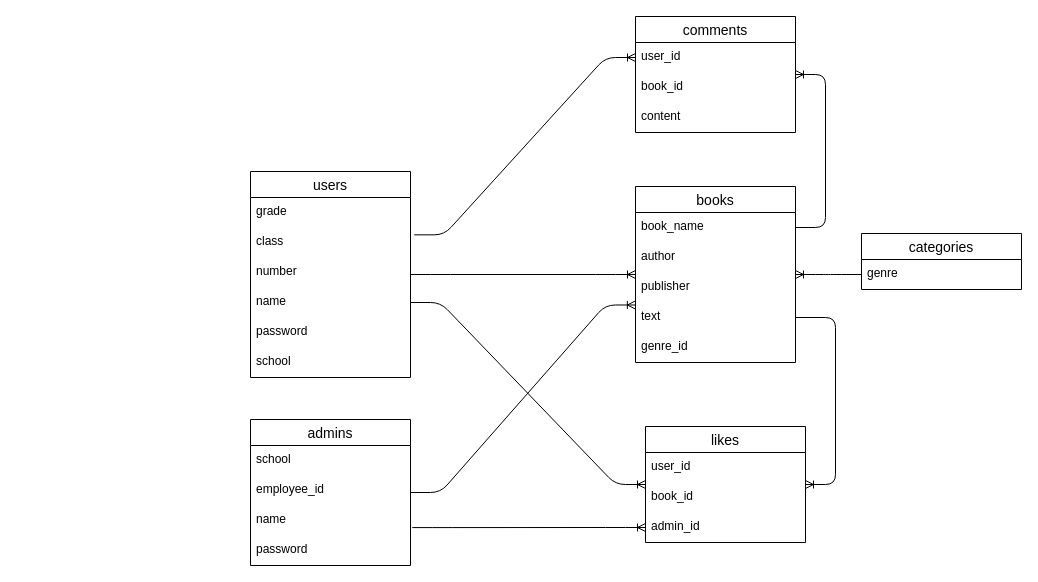
Above: ER.dio in kyamax/library_go (draw.io), before the change. Source tidied: cells renumbered, new cells numbered last; positions are measured from the earlier drawing's top-left corner, leaving out a move shared by most shapes. Both pictures are drawn from the tidied source at 100%, with x=0, y=0 at pixel (250, 16).
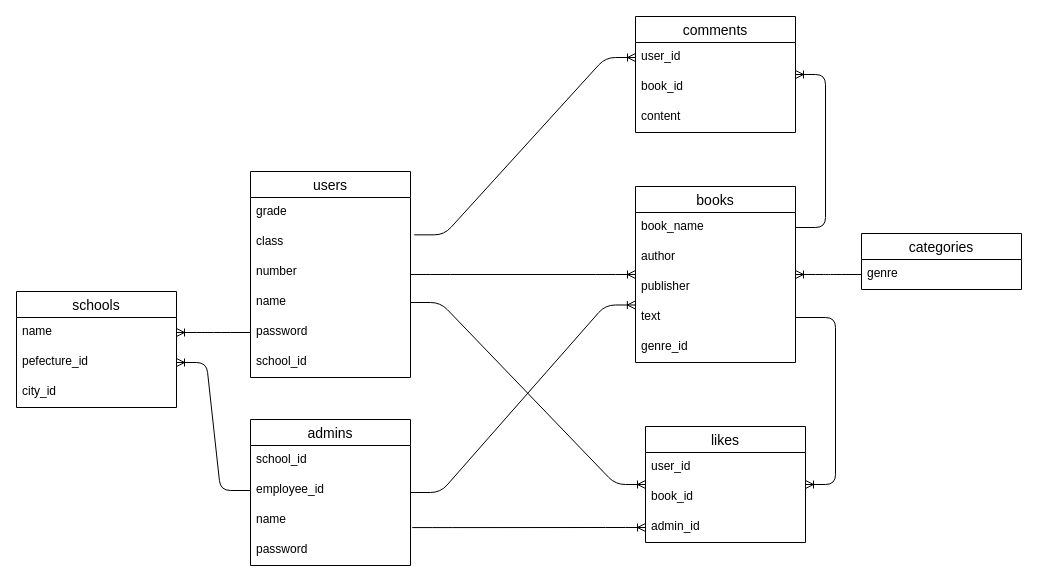
Above is the later version.

Unchanged cells that the change refers to:
```xml
<mxCell id="2" value="users" style="swimlane;fontStyle=0;horizontal=1;startSize=26;align=center;fontSize=14;" parent="1" vertex="1">
  <mxGeometry y="155" width="160" height="206" as="geometry" />
</mxCell>
<mxCell id="7" value="password" style="text;strokeColor=none;fillColor=none;spacingLeft=4;spacingRight=4;overflow=hidden;points=[[0,0.5],[1,0.5]];portConstraint=eastwest;fontSize=12;" parent="2" vertex="1">
  <mxGeometry y="146" width="160" height="30" as="geometry" />
</mxCell>
<mxCell id="25" value="admins" style="swimlane;fontStyle=0;horizontal=1;startSize=26;align=center;fontSize=14;" parent="1" vertex="1">
  <mxGeometry y="403" width="160" height="146" as="geometry" />
</mxCell>
<mxCell id="27" value="employee_id" style="text;strokeColor=none;fillColor=none;spacingLeft=4;spacingRight=4;overflow=hidden;points=[[0,0.5],[1,0.5]];portConstraint=eastwest;fontSize=12;" parent="25" vertex="1">
  <mxGeometry y="56" width="160" height="30" as="geometry" />
</mxCell>
```

Diff of the diagram source:
```diff
@@
-    <mxCell id="8" value="school" style="text;strokeColor=none;fillColor=none;spacingLeft=4;spacingRight=4;overflow=hidden;fontSize=12;" parent="2" vertex="1">
+    <mxCell id="8" value="school_id" style="text;strokeColor=none;fillColor=none;spacingLeft=4;spacingRight=4;overflow=hidden;fontSize=12;" parent="2" vertex="1">
       <mxGeometry y="176" width="160" height="30" as="geometry" />
     </mxCell>
@@
-    <mxCell id="26" value="school" style="text;strokeColor=none;fillColor=none;spacingLeft=4;spacingRight=4;overflow=hidden;fontSize=12;" parent="25" vertex="1">
+    <mxCell id="26" value="school_id" style="text;strokeColor=none;fillColor=none;spacingLeft=4;spacingRight=4;overflow=hidden;fontSize=12;" parent="25" vertex="1">
       <mxGeometry y="26" width="160" height="30" as="geometry" />
     </mxCell>
@@
+    <mxCell id="38" value="schools" style="swimlane;fontStyle=0;horizontal=1;startSize=26;align=center;fontSize=14;" parent="1" vertex="1">
+      <mxGeometry x="-234" y="275" width="160" height="116" as="geometry" />
+    </mxCell>
+    <mxCell id="39" value="name&#10;" style="text;strokeColor=none;fillColor=none;spacingLeft=4;spacingRight=4;overflow=hidden;points=[[0,0.5],[1,0.5]];portConstraint=eastwest;fontSize=12;" parent="38" vertex="1">
+      <mxGeometry y="26" width="160" height="30" as="geometry" />
+    </mxCell>
+    <mxCell id="40" value="pefecture_id" style="text;strokeColor=none;fillColor=none;spacingLeft=4;spacingRight=4;overflow=hidden;points=[[0,0.5],[1,0.5]];portConstraint=eastwest;fontSize=12;" parent="38" vertex="1">
+      <mxGeometry y="56" width="160" height="30" as="geometry" />
+    </mxCell>
+    <mxCell id="41" value="city_id" style="text;strokeColor=none;fillColor=none;spacingLeft=4;spacingRight=4;overflow=hidden;fontSize=12;" parent="38" vertex="1">
+      <mxGeometry y="86" width="160" height="30" as="geometry" />
+    </mxCell>
+    <mxCell id="42" style="edgeStyle=entityRelationEdgeStyle;fontSize=12;html=1;endArrow=ERoneToMany;entryX=1;entryY=0.5;entryDx=0;entryDy=0;exitX=0;exitY=0.5;exitDx=0;exitDy=0;" parent="1" edge="1" source="7" target="39">
+      <mxGeometry relative="1" as="geometry" />
+    </mxCell>
+    <mxCell id="43" style="edgeStyle=entityRelationEdgeStyle;fontSize=12;html=1;endArrow=ERoneToMany;exitX=0;exitY=0.5;exitDx=0;exitDy=0;" parent="1" edge="1" source="27" target="40">
+      <mxGeometry relative="1" as="geometry" />
+    </mxCell>
```
